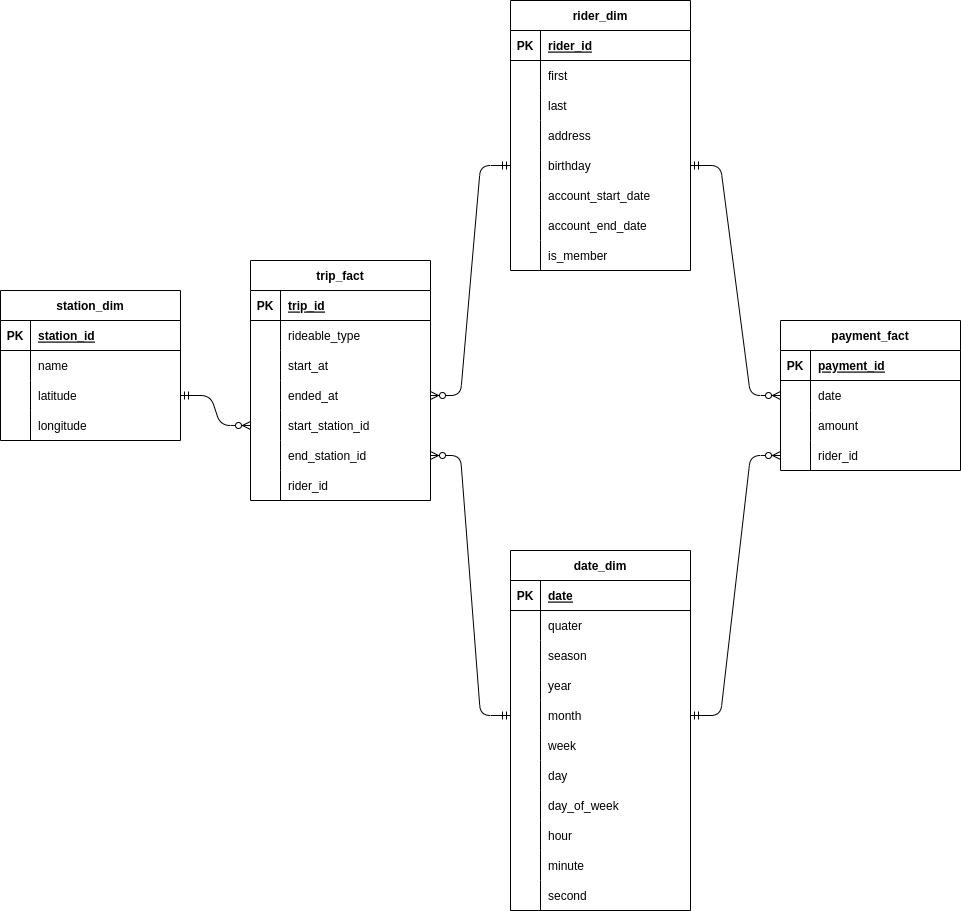
soyaoki/DEMSAzure-Building-an-Azure-Data-Warehouse-for-Bike-Share-Data-Analytics keeps this draw.io diagram as star_schema.png. Above is the earlier version. Source tidied: cells renumbered, new cells last; positions are measured from the earlier drawing's top-left corner, leaving out a move shared by most shapes.
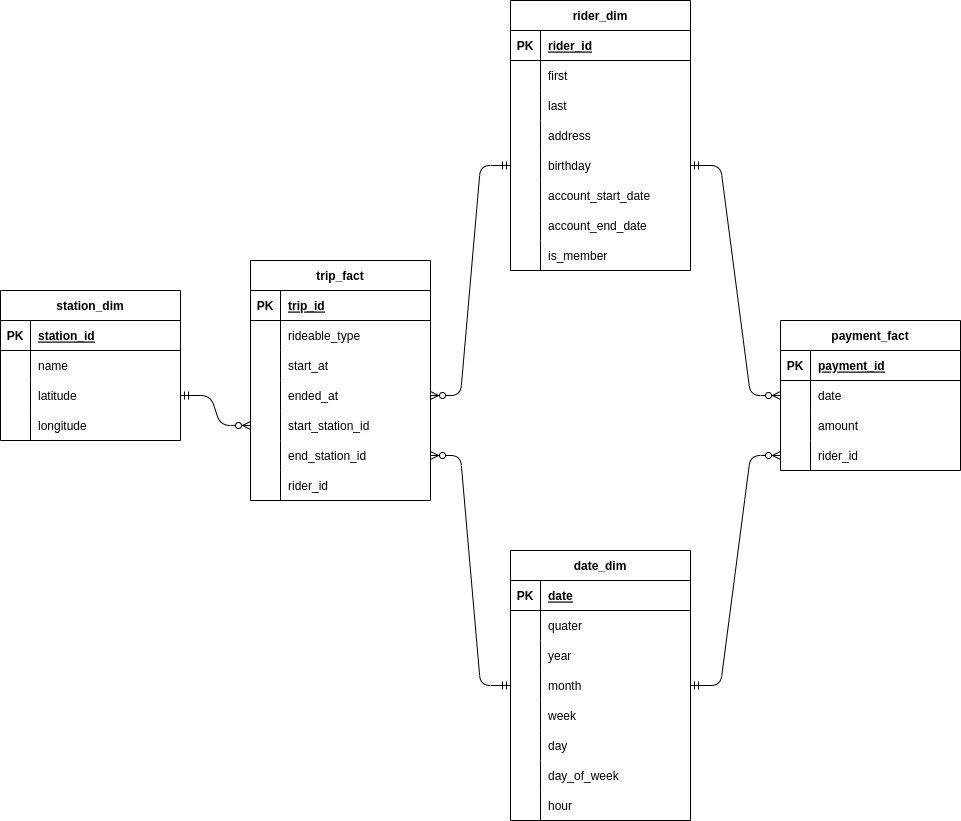
Above is the later version.

What changed in the source:
```diff
@@ -183,7 +183,7 @@
       <mxGeometry x="30" width="150" height="30" as="geometry" />
     </mxCell>
     <mxCell id="62" value="date_dim" style="shape=table;startSize=30;rowLines=0;fontStyle=1;align=center;" parent="1" vertex="1">
-      <mxGeometry x="510" y="550" width="180" height="360" as="geometry" />
+      <mxGeometry x="510" y="550" width="180" height="270" as="geometry" />
     </mxCell>
     <mxCell id="63" style="shape=tableRow;horizontal=0;startSize=0;swimlaneHead=0;swimlaneBody=0;fillColor=none;top=0;left=0;right=0;bottom=1;" parent="62" vertex="1">
       <mxGeometry y="30" width="180" height="30" as="geometry" />
@@ -203,17 +203,8 @@
     <mxCell id="68" value="quater" style="shape=partialRectangle;fillColor=none;top=0;left=0;bottom=0;right=0;align=left;spacingLeft=6;overflow=hidden;" parent="66" vertex="1">
       <mxGeometry x="30" width="150" height="30" as="geometry" />
     </mxCell>
-    <mxCell id="69" style="shape=tableRow;horizontal=0;startSize=0;swimlaneHead=0;swimlaneBody=0;fillColor=none;top=0;left=0;right=0;bottom=0;" parent="62" vertex="1">
-      <mxGeometry y="90" width="180" height="30" as="geometry" />
-    </mxCell>
-    <mxCell id="70" style="shape=partialRectangle;fillColor=none;top=0;left=0;bottom=0;right=0;overflow=hidden;" parent="69" vertex="1">
-      <mxGeometry width="30" height="30" as="geometry" />
-    </mxCell>
-    <mxCell id="71" value="season" style="shape=partialRectangle;fillColor=none;top=0;left=0;bottom=0;right=0;align=left;spacingLeft=6;overflow=hidden;" parent="69" vertex="1">
-      <mxGeometry x="30" width="150" height="30" as="geometry" />
-    </mxCell>
     <mxCell id="72" style="shape=tableRow;horizontal=0;startSize=0;swimlaneHead=0;swimlaneBody=0;fillColor=none;top=0;left=0;right=0;bottom=0;" parent="62" vertex="1">
-      <mxGeometry y="120" width="180" height="30" as="geometry" />
+      <mxGeometry y="90" width="180" height="30" as="geometry" />
     </mxCell>
     <mxCell id="73" style="shape=partialRectangle;fillColor=none;top=0;left=0;bottom=0;right=0;overflow=hidden;" parent="72" vertex="1">
       <mxGeometry width="30" height="30" as="geometry" />
@@ -222,7 +213,7 @@
       <mxGeometry x="30" width="150" height="30" as="geometry" />
     </mxCell>
     <mxCell id="75" style="shape=tableRow;horizontal=0;startSize=0;swimlaneHead=0;swimlaneBody=0;fillColor=none;points=[[0,0.5],[1,0.5]];portConstraint=eastwest;top=0;left=0;right=0;bottom=0;" parent="62" vertex="1">
-      <mxGeometry y="150" width="180" height="30" as="geometry" />
+      <mxGeometry y="120" width="180" height="30" as="geometry" />
     </mxCell>
     <mxCell id="76" style="shape=partialRectangle;fillColor=none;top=0;left=0;bottom=0;right=0;overflow=hidden;" parent="75" vertex="1">
       <mxGeometry width="30" height="30" as="geometry" />
@@ -231,7 +222,7 @@
       <mxGeometry x="30" width="150" height="30" as="geometry" />
     </mxCell>
     <mxCell id="78" style="shape=tableRow;horizontal=0;startSize=0;swimlaneHead=0;swimlaneBody=0;fillColor=none;top=0;left=0;right=0;bottom=0;" parent="62" vertex="1">
-      <mxGeometry y="180" width="180" height="30" as="geometry" />
+      <mxGeometry y="150" width="180" height="30" as="geometry" />
     </mxCell>
     <mxCell id="79" style="shape=partialRectangle;fillColor=none;top=0;left=0;bottom=0;right=0;overflow=hidden;" parent="78" vertex="1">
       <mxGeometry width="30" height="30" as="geometry" />
@@ -240,7 +231,7 @@
       <mxGeometry x="30" width="150" height="30" as="geometry" />
     </mxCell>
     <mxCell id="81" style="shape=tableRow;horizontal=0;startSize=0;swimlaneHead=0;swimlaneBody=0;fillColor=none;top=0;left=0;right=0;bottom=0;" parent="62" vertex="1">
-      <mxGeometry y="210" width="180" height="30" as="geometry" />
+      <mxGeometry y="180" width="180" height="30" as="geometry" />
     </mxCell>
     <mxCell id="82" style="shape=partialRectangle;fillColor=none;top=0;left=0;bottom=0;right=0;overflow=hidden;" parent="81" vertex="1">
       <mxGeometry width="30" height="30" as="geometry" />
@@ -249,7 +240,7 @@
       <mxGeometry x="30" width="150" height="30" as="geometry" />
     </mxCell>
     <mxCell id="84" style="shape=tableRow;horizontal=0;startSize=0;swimlaneHead=0;swimlaneBody=0;fillColor=none;top=0;left=0;right=0;bottom=0;" parent="62" vertex="1">
-      <mxGeometry y="240" width="180" height="30" as="geometry" />
+      <mxGeometry y="210" width="180" height="30" as="geometry" />
     </mxCell>
     <mxCell id="85" style="shape=partialRectangle;fillColor=none;top=0;left=0;bottom=0;right=0;overflow=hidden;" parent="84" vertex="1">
       <mxGeometry width="30" height="30" as="geometry" />
@@ -258,7 +249,7 @@
       <mxGeometry x="30" width="150" height="30" as="geometry" />
     </mxCell>
     <mxCell id="87" style="shape=tableRow;horizontal=0;startSize=0;swimlaneHead=0;swimlaneBody=0;fillColor=none;top=0;left=0;right=0;bottom=0;" parent="62" vertex="1">
-      <mxGeometry y="270" width="180" height="30" as="geometry" />
+      <mxGeometry y="240" width="180" height="30" as="geometry" />
     </mxCell>
     <mxCell id="88" style="shape=partialRectangle;fillColor=none;top=0;left=0;bottom=0;right=0;overflow=hidden;" parent="87" vertex="1">
       <mxGeometry width="30" height="30" as="geometry" />
@@ -266,24 +257,6 @@
     <mxCell id="89" value="hour" style="shape=partialRectangle;fillColor=none;top=0;left=0;bottom=0;right=0;align=left;spacingLeft=6;overflow=hidden;" parent="87" vertex="1">
       <mxGeometry x="30" width="150" height="30" as="geometry" />
     </mxCell>
-    <mxCell id="90" style="shape=tableRow;horizontal=0;startSize=0;swimlaneHead=0;swimlaneBody=0;fillColor=none;top=0;left=0;right=0;bottom=0;" parent="62" vertex="1">
-      <mxGeometry y="300" width="180" height="30" as="geometry" />
-    </mxCell>
-    <mxCell id="91" style="shape=partialRectangle;fillColor=none;top=0;left=0;bottom=0;right=0;overflow=hidden;" parent="90" vertex="1">
-      <mxGeometry width="30" height="30" as="geometry" />
-    </mxCell>
-    <mxCell id="92" value="minute" style="shape=partialRectangle;fillColor=none;top=0;left=0;bottom=0;right=0;align=left;spacingLeft=6;overflow=hidden;" parent="90" vertex="1">
-      <mxGeometry x="30" width="150" height="30" as="geometry" />
-    </mxCell>
-    <mxCell id="93" style="shape=tableRow;horizontal=0;startSize=0;swimlaneHead=0;swimlaneBody=0;fillColor=none;top=0;left=0;right=0;bottom=0;" parent="62" vertex="1">
-      <mxGeometry y="330" width="180" height="30" as="geometry" />
-    </mxCell>
-    <mxCell id="94" style="shape=partialRectangle;fillColor=none;top=0;left=0;bottom=0;right=0;overflow=hidden;" parent="93" vertex="1">
-      <mxGeometry width="30" height="30" as="geometry" />
-    </mxCell>
-    <mxCell id="95" value="second" style="shape=partialRectangle;fillColor=none;top=0;left=0;bottom=0;right=0;align=left;spacingLeft=6;overflow=hidden;" parent="93" vertex="1">
-      <mxGeometry x="30" width="150" height="30" as="geometry" />
-    </mxCell>
     <mxCell id="96" value="payment_fact" style="shape=table;startSize=30;rowLines=0;fontStyle=1;align=center;" parent="1" vertex="1">
       <mxGeometry x="780" y="320" width="180" height="150" as="geometry" />
     </mxCell>
```
